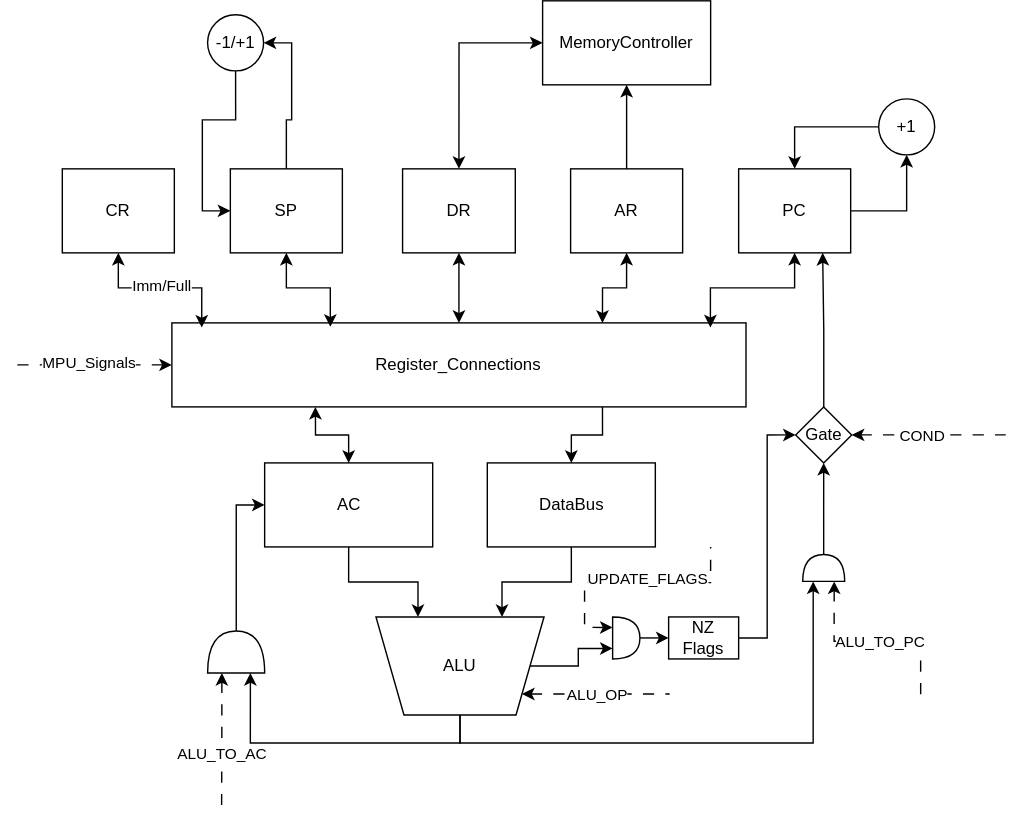
zhabka-zadushnila/csa_lab4 keeps this draw.io diagram as datapath.svg. Above is the earlier version. Source tidied: cells renumbered, new cells last; positions are measured from the earlier drawing's top-left corner, leaving out a move shared by most shapes.
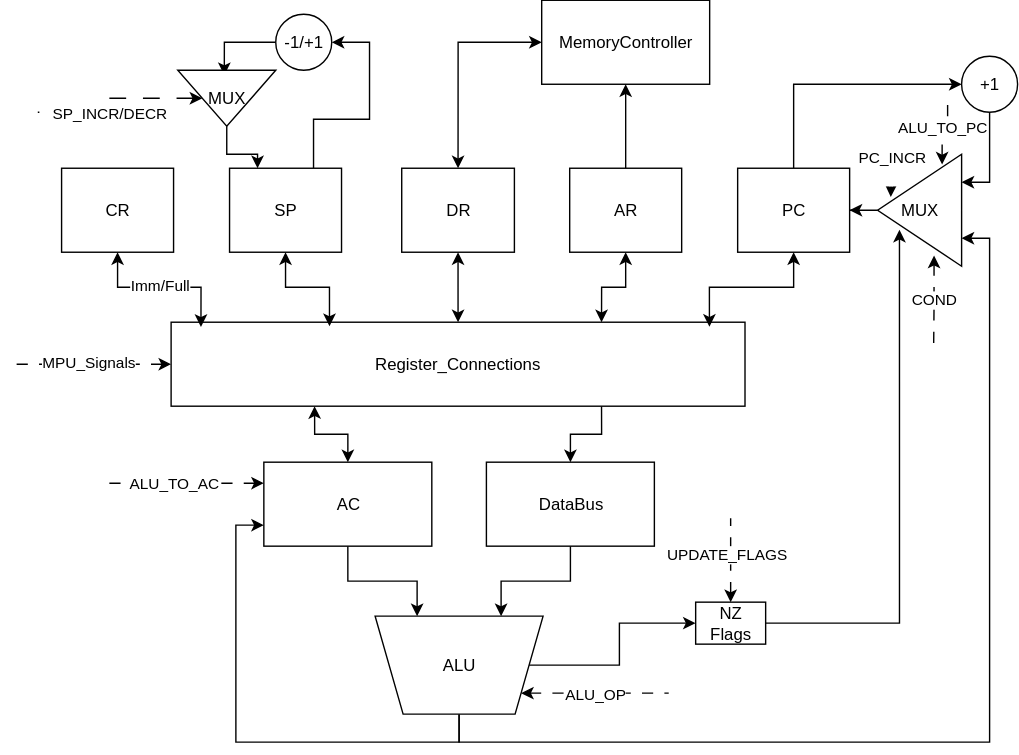
After the change.

Change to the diagram source:
```diff
@@ -2,7 +2,7 @@
   <root>
     <mxCell id="0" />
     <mxCell id="1" parent="0" />
-    <mxCell id="2" style="edgeStyle=orthogonalEdgeStyle;rounded=0;jettySize=auto;html=1;entryX=0.5;entryY=1;entryDx=0;entryDy=0;" parent="1" edge="1" source="3" target="34">
+    <mxCell id="2" style="edgeStyle=orthogonalEdgeStyle;rounded=0;jettySize=auto;html=1;entryX=0;entryY=0.5;entryDx=0;entryDy=0;exitX=0.5;exitY=0;exitDx=0;exitDy=0;" parent="1" edge="1" source="3" target="34">
       <mxGeometry relative="1" as="geometry" />
     </mxCell>
     <mxCell id="3" value="PC" style="whiteSpace=wrap;html=1;" parent="1" vertex="1">
@@ -23,7 +23,7 @@
     <mxCell id="8" value="AR" style="whiteSpace=wrap;html=1;" parent="1" vertex="1">
       <mxGeometry x="400" y="120" width="80" height="60" as="geometry" />
     </mxCell>
-    <mxCell id="9" style="edgeStyle=orthogonalEdgeStyle;rounded=0;jettySize=auto;html=1;entryX=1;entryY=0.5;entryDx=0;entryDy=0;" parent="1" edge="1" source="10" target="36">
+    <mxCell id="9" style="edgeStyle=orthogonalEdgeStyle;rounded=0;jettySize=auto;html=1;entryX=1;entryY=0.5;entryDx=0;entryDy=0;exitX=0.75;exitY=0;exitDx=0;exitDy=0;" parent="1" edge="1" source="10" target="36">
       <mxGeometry relative="1" as="geometry" />
     </mxCell>
     <mxCell id="10" value="SP" style="whiteSpace=wrap;html=1;" parent="1" vertex="1">
@@ -44,7 +44,7 @@
     <mxCell id="15" value="CR" style="whiteSpace=wrap;html=1;" parent="1" vertex="1">
       <mxGeometry x="37" y="120" width="80" height="60" as="geometry" />
     </mxCell>
-    <mxCell id="16" style="edgeStyle=orthogonalEdgeStyle;rounded=0;jettySize=auto;html=1;entryX=0;entryY=0.75;entryDx=0;entryDy=0;exitX=0.5;exitY=0;exitDx=0;exitDy=0;entryPerimeter=0;" parent="1" edge="1" source="21" target="44">
+    <mxCell id="16" style="edgeStyle=orthogonalEdgeStyle;rounded=0;jettySize=auto;html=1;entryX=0;entryY=0.75;entryDx=0;entryDy=0;exitX=0.5;exitY=0;exitDx=0;exitDy=0;" parent="1" edge="1" source="21" target="12">
       <mxGeometry relative="1" as="geometry" />
     </mxCell>
     <mxCell id="17" style="edgeStyle=orthogonalEdgeStyle;rounded=0;jettySize=auto;html=1;startArrow=classic;startFill=1;endArrow=none;endFill=0;dashed=1;dashPattern=8 8;" parent="1" edge="1" source="21">
@@ -59,10 +59,10 @@
     <mxCell id="18" value="ALU_OP" style="edgeLabel;html=1;align=center;verticalAlign=middle;" parent="17" vertex="1">
       <mxGeometry x="0.01" y="-1" relative="1" as="geometry" />
     </mxCell>
-    <mxCell id="19" style="edgeStyle=orthogonalEdgeStyle;rounded=0;jettySize=auto;html=1;exitX=0.5;exitY=0;exitDx=0;exitDy=0;entryX=0;entryY=0.25;entryDx=0;entryDy=0;entryPerimeter=0;" parent="1" edge="1" source="21" target="54">
+    <mxCell id="19" style="edgeStyle=orthogonalEdgeStyle;rounded=0;jettySize=auto;html=1;exitX=0.5;exitY=0;exitDx=0;exitDy=0;entryX=0;entryY=0.25;entryDx=0;entryDy=0;" parent="1" edge="1" source="21" target="60">
       <mxGeometry relative="1" as="geometry" />
     </mxCell>
-    <mxCell id="20" style="edgeStyle=orthogonalEdgeStyle;rounded=0;jettySize=auto;html=1;entryX=0;entryY=0.75;entryDx=0;entryDy=0;entryPerimeter=0;" parent="1" edge="1" source="21" target="50">
+    <mxCell id="20" style="edgeStyle=orthogonalEdgeStyle;rounded=0;jettySize=auto;html=1;entryX=0;entryY=0.5;entryDx=0;entryDy=0;" parent="1" edge="1" source="21" target="48">
       <mxGeometry relative="1" as="geometry" />
     </mxCell>
     <mxCell id="21" value="ALU" style="shape=trapezoid;perimeter=trapezoidPerimeter;whiteSpace=wrap;html=1;fixedSize=1;direction=west;" parent="1" vertex="1">
@@ -103,79 +103,83 @@
     <mxCell id="32" value="Imm/Full" style="edgeLabel;html=1;align=center;verticalAlign=middle;" parent="31" vertex="1">
       <mxGeometry x="-0.02" y="1" relative="1" as="geometry" />
     </mxCell>
-    <mxCell id="33" style="edgeStyle=orthogonalEdgeStyle;rounded=0;jettySize=auto;html=1;entryX=0.5;entryY=0;entryDx=0;entryDy=0;" parent="1" edge="1" source="34" target="3">
-      <mxGeometry relative="1" as="geometry" />
-    </mxCell>
+    <mxCell id="55" style="edgeStyle=orthogonalEdgeStyle;rounded=0;jettySize=auto;html=1;entryX=0;entryY=0.75;entryDx=0;entryDy=0;" parent="1" edge="1" source="34" target="60">
+      <mxGeometry relative="1" as="geometry" />
+    </mxCell>
     <mxCell id="34" value="+1" style="ellipse;whiteSpace=wrap;html=1;" parent="1" vertex="1">
-      <mxGeometry x="620" y="70" width="40" height="40" as="geometry" />
+      <mxGeometry x="680" y="40" width="40" height="40" as="geometry" />
     </mxCell>
-    <mxCell id="35" style="edgeStyle=orthogonalEdgeStyle;rounded=0;jettySize=auto;html=1;entryX=0;entryY=0.5;entryDx=0;entryDy=0;" parent="1" edge="1" source="36" target="10">
-      <mxGeometry relative="1" as="geometry" />
-    </mxCell>
+    <mxCell id="56" style="edgeStyle=orthogonalEdgeStyle;rounded=0;jettySize=auto;html=1;entryX=0.087;entryY=0.525;entryDx=0;entryDy=0;entryPerimeter=0;exitX=0;exitY=0.5;exitDx=0;exitDy=0;" parent="1" edge="1" source="36" target="64">
+      <mxGeometry relative="1" as="geometry" />
+    </mxCell>
     <mxCell id="36" value="-1/+1" style="ellipse;whiteSpace=wrap;html=1;" parent="1" vertex="1">
-      <mxGeometry x="140.8" y="10" width="40" height="40" as="geometry" />
+      <mxGeometry x="190" y="10" width="40" height="40" as="geometry" />
     </mxCell>
-    <mxCell id="37" style="edgeStyle=orthogonalEdgeStyle;rounded=0;jettySize=auto;html=1;startArrow=classic;startFill=1;endArrow=none;endFill=0;dashed=1;dashPattern=8 8;" parent="1" edge="1" source="40">
+    <mxCell id="37" style="edgeStyle=orthogonalEdgeStyle;rounded=0;jettySize=auto;html=1;startArrow=classic;startFill=1;endArrow=none;endFill=0;dashed=1;dashPattern=8 8;exitX=0.328;exitY=0.095;exitDx=0;exitDy=0;exitPerimeter=0;" parent="1" edge="1" source="60">
       <mxGeometry relative="1" as="geometry">
-        <mxPoint x="710.8" y="310" as="targetPoint" />
+        <mxPoint x="660" y="250" as="targetPoint" />
       </mxGeometry>
     </mxCell>
     <mxCell id="38" value="COND" style="edgeLabel;html=1;align=center;verticalAlign=middle;" parent="37" vertex="1">
       <mxGeometry x="-0.09" y="-1" relative="1" as="geometry" />
     </mxCell>
-    <mxCell id="39" style="edgeStyle=orthogonalEdgeStyle;rounded=0;jettySize=auto;html=1;entryX=0.75;entryY=1;entryDx=0;entryDy=0;" parent="1" edge="1" source="40" target="3">
-      <mxGeometry relative="1" as="geometry" />
-    </mxCell>
-    <mxCell id="40" value="Gate" style="rhombus;whiteSpace=wrap;html=1;" parent="1" vertex="1">
-      <mxGeometry x="560.8" y="290" width="40" height="40" as="geometry" />
-    </mxCell>
-    <mxCell id="41" style="edgeStyle=orthogonalEdgeStyle;rounded=0;jettySize=auto;html=1;startArrow=classic;startFill=1;endArrow=none;endFill=0;dashed=1;dashPattern=8 8;exitX=0;exitY=0.25;exitDx=0;exitDy=0;exitPerimeter=0;" parent="1" edge="1" source="44">
+    <mxCell id="41" style="edgeStyle=orthogonalEdgeStyle;rounded=0;jettySize=auto;html=1;startArrow=classic;startFill=1;endArrow=none;endFill=0;dashed=1;dashPattern=8 8;exitX=0;exitY=0.25;exitDx=0;exitDy=0;" parent="1" edge="1" source="12">
       <mxGeometry relative="1" as="geometry">
-        <mxPoint x="150.8" y="580" as="targetPoint" />
+        <mxPoint x="70" y="345" as="targetPoint" />
       </mxGeometry>
     </mxCell>
     <mxCell id="42" value="ALU_TO_AC" style="edgeLabel;html=1;align=center;verticalAlign=middle;" parent="41" vertex="1">
       <mxGeometry x="0.15" relative="1" as="geometry" />
     </mxCell>
-    <mxCell id="43" style="edgeStyle=orthogonalEdgeStyle;rounded=0;jettySize=auto;html=1;entryX=0;entryY=0.5;entryDx=0;entryDy=0;" parent="1" edge="1" source="44" target="12">
-      <mxGeometry relative="1" as="geometry" />
-    </mxCell>
-    <mxCell id="44" style="shape=or;whiteSpace=wrap;html=1;direction=north;" parent="1" vertex="1">
-      <mxGeometry x="140.8" y="450" width="40.8" height="30" as="geometry" />
-    </mxCell>
-    <mxCell id="45" style="edgeStyle=orthogonalEdgeStyle;rounded=0;jettySize=auto;html=1;entryX=0;entryY=0.5;entryDx=0;entryDy=0;" parent="1" edge="1" source="48" target="40">
+    <mxCell id="45" style="edgeStyle=orthogonalEdgeStyle;rounded=0;jettySize=auto;html=1;entryX=0.74;entryY=0.325;entryDx=0;entryDy=0;entryPerimeter=0;" parent="1" edge="1" source="48" target="60">
       <mxGeometry relative="1" as="geometry" />
     </mxCell>
-    <mxCell id="46" style="edgeStyle=orthogonalEdgeStyle;rounded=0;jettySize=auto;html=1;startArrow=classic;startFill=1;endArrow=none;endFill=0;dashed=1;dashPattern=8 8;exitX=0;exitY=0.25;exitDx=0;exitDy=0;exitPerimeter=0;" parent="1" edge="1" source="50">
+    <mxCell id="46" style="edgeStyle=orthogonalEdgeStyle;rounded=0;jettySize=auto;html=1;startArrow=classic;startFill=1;endArrow=none;endFill=0;dashed=1;dashPattern=8 8;exitX=0.5;exitY=0;exitDx=0;exitDy=0;" parent="1" edge="1" source="48">
       <mxGeometry relative="1" as="geometry">
-        <mxPoint x="500" y="390" as="targetPoint" />
+        <mxPoint x="515" y="370" as="targetPoint" />
       </mxGeometry>
     </mxCell>
     <mxCell id="47" value="UPDATE_FLAGS" style="edgeLabel;html=1;align=center;verticalAlign=middle;" parent="46" vertex="1">
       <mxGeometry x="0.15" y="3" relative="1" as="geometry" />
     </mxCell>
     <mxCell id="48" value="NZ Flags" style="whiteSpace=wrap;html=1;" parent="1" vertex="1">
-      <mxGeometry x="470" y="440" width="50" height="30" as="geometry" />
+      <mxGeometry x="490" y="430" width="50" height="30" as="geometry" />
     </mxCell>
-    <mxCell id="49" style="edgeStyle=orthogonalEdgeStyle;rounded=0;jettySize=auto;html=1;entryX=0;entryY=0.5;entryDx=0;entryDy=0;exitX=1;exitY=0.5;exitDx=0;exitDy=0;exitPerimeter=0;" parent="1" edge="1" source="50" target="48">
-      <mxGeometry relative="1" as="geometry" />
-    </mxCell>
-    <mxCell id="50" style="shape=or;whiteSpace=wrap;html=1;" parent="1" vertex="1">
-      <mxGeometry x="430" y="440" width="19.5" height="30" as="geometry" />
-    </mxCell>
-    <mxCell id="51" style="edgeStyle=orthogonalEdgeStyle;rounded=0;jettySize=auto;html=1;exitX=0;exitY=0.75;exitDx=0;exitDy=0;exitPerimeter=0;endArrow=none;endFill=0;startArrow=classic;startFill=1;dashed=1;dashPattern=8 8;" parent="1" edge="1" source="54">
+    <mxCell id="51" style="edgeStyle=orthogonalEdgeStyle;rounded=0;jettySize=auto;html=1;endArrow=none;endFill=0;startArrow=classic;startFill=1;dashed=1;dashPattern=8 8;exitX=0.232;exitY=0.908;exitDx=0;exitDy=0;exitPerimeter=0;" parent="1" edge="1" source="60">
       <mxGeometry relative="1" as="geometry">
-        <mxPoint x="650" y="500" as="targetPoint" />
+        <mxPoint x="670" y="70" as="targetPoint" />
       </mxGeometry>
     </mxCell>
     <mxCell id="52" value="ALU_TO_PC" style="edgeLabel;html=1;align=center;verticalAlign=middle;" parent="51" vertex="1">
       <mxGeometry x="0.02" relative="1" as="geometry" />
     </mxCell>
-    <mxCell id="53" style="edgeStyle=orthogonalEdgeStyle;rounded=0;jettySize=auto;html=1;entryX=0.5;entryY=1;entryDx=0;entryDy=0;" parent="1" edge="1" source="54" target="40">
-      <mxGeometry relative="1" as="geometry" />
-    </mxCell>
-    <mxCell id="54" style="shape=or;whiteSpace=wrap;html=1;rotation=-90;" parent="1" vertex="1">
-      <mxGeometry x="571.1" y="390" width="19.2" height="30" as="geometry" />
-    </mxCell>
+    <mxCell id="57" style="edgeStyle=orthogonalEdgeStyle;rounded=0;jettySize=auto;html=1;entryX=1;entryY=0.5;entryDx=0;entryDy=0;" parent="1" edge="1" source="60" target="3">
+      <mxGeometry relative="1" as="geometry" />
+    </mxCell>
+    <mxCell id="58" style="edgeStyle=orthogonalEdgeStyle;rounded=0;jettySize=auto;html=1;startArrow=classic;startFill=1;endArrow=none;endFill=0;dashed=1;dashPattern=12 12;exitX=0.843;exitY=0.619;exitDx=0;exitDy=0;exitPerimeter=0;" parent="1" edge="1" source="60">
+      <mxGeometry relative="1" as="geometry">
+        <mxPoint x="630" y="110" as="targetPoint" />
+      </mxGeometry>
+    </mxCell>
+    <mxCell id="59" value="PC_INCR&lt;div&gt;&lt;br&gt;&lt;/div&gt;" style="edgeLabel;html=1;align=center;verticalAlign=middle;" parent="58" vertex="1">
+      <mxGeometry x="0.41" relative="1" as="geometry" />
+    </mxCell>
+    <mxCell id="60" value="MUX" style="triangle;whiteSpace=wrap;html=1;direction=west;" parent="1" vertex="1">
+      <mxGeometry x="620" y="110" width="60" height="80" as="geometry" />
+    </mxCell>
+    <mxCell id="61" style="edgeStyle=orthogonalEdgeStyle;rounded=0;jettySize=auto;html=1;endArrow=none;endFill=0;startArrow=classic;startFill=1;dashed=1;dashPattern=12 12;" parent="1" edge="1" source="64">
+      <mxGeometry relative="1" as="geometry">
+        <mxPoint x="20" y="80" as="targetPoint" />
+      </mxGeometry>
+    </mxCell>
+    <mxCell id="62" value="SP_INCR/DECR" style="edgeLabel;html=1;align=center;verticalAlign=middle;" parent="61" vertex="1">
+      <mxGeometry x="0.21" y="1" relative="1" as="geometry" />
+    </mxCell>
+    <mxCell id="63" style="edgeStyle=orthogonalEdgeStyle;rounded=0;jettySize=auto;html=1;entryX=0.25;entryY=0;entryDx=0;entryDy=0;" parent="1" edge="1" source="64" target="10">
+      <mxGeometry relative="1" as="geometry" />
+    </mxCell>
+    <mxCell id="64" value="MUX" style="triangle;whiteSpace=wrap;html=1;direction=south;" parent="1" vertex="1">
+      <mxGeometry x="120" y="50" width="70" height="40" as="geometry" />
+    </mxCell>
   </root>
 </mxGraphModel>
```
